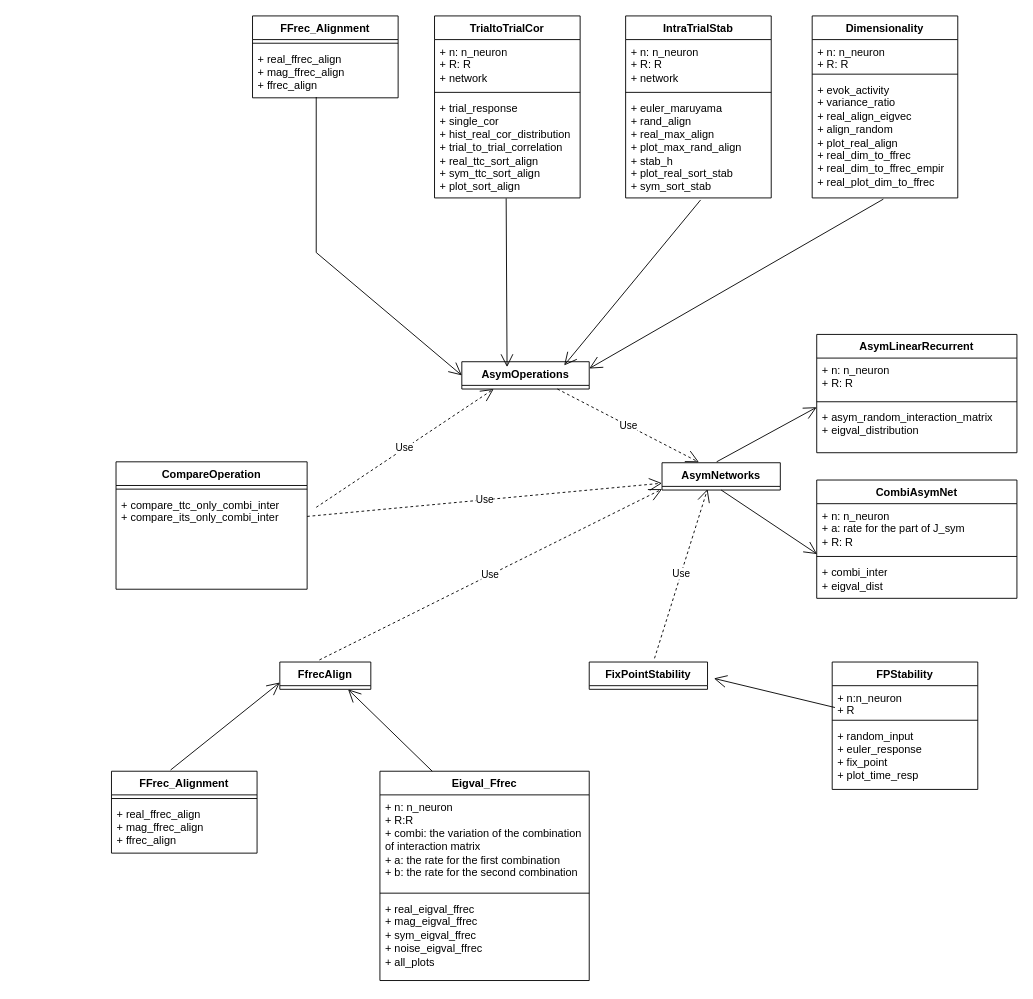
rzhou-space/MA_Networks keeps this draw.io diagram as Asym_1D.drawio. Above is the earlier version. Source tidied: cells renumbered, new cells numbered last; positions are measured from the earlier drawing's top-left corner, leaving out a move shared by most shapes. Both pictures are drawn from the tidied source at 91%, with x=0, y=0 at pixel (111, 15).
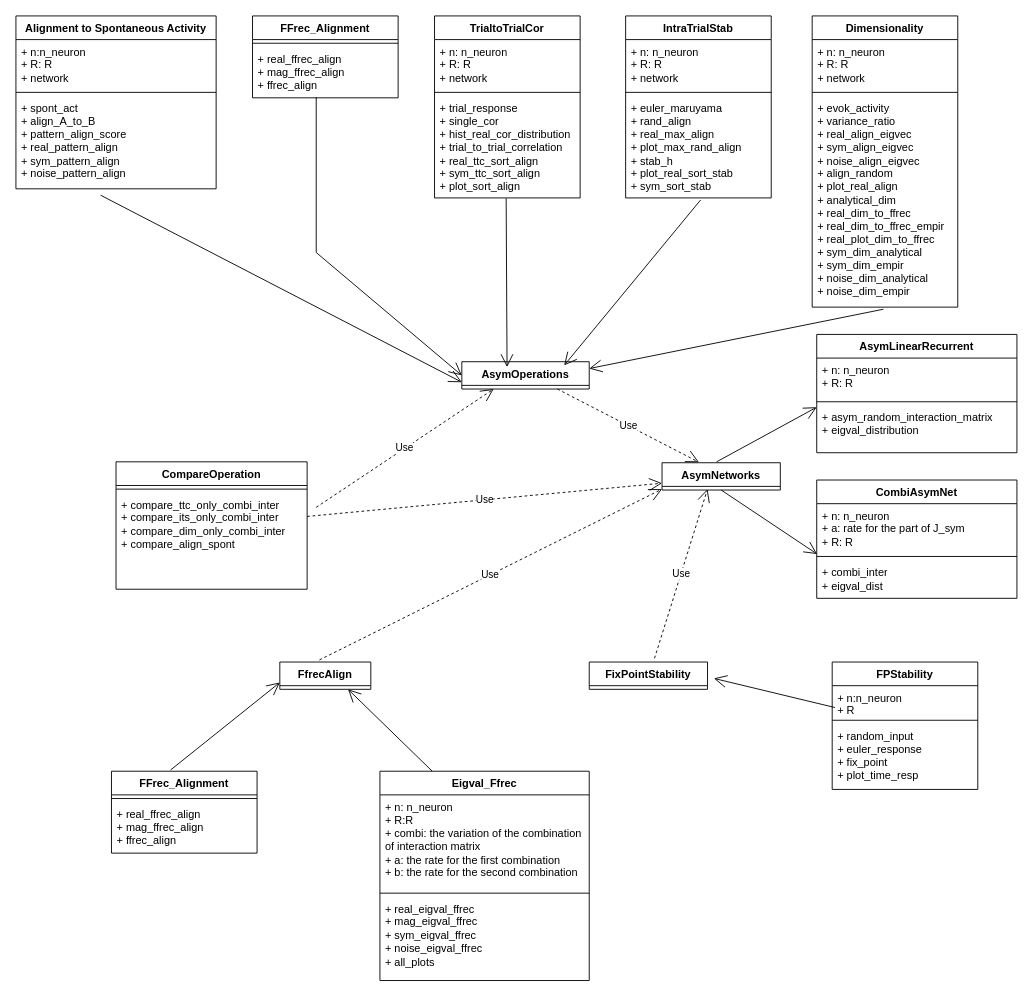
The same page after the edit.

Unchanged cells that the change refers to:
```xml
<mxCell id="2" value="AsymOperations" style="swimlane;fontStyle=1;align=center;verticalAlign=top;horizontal=1;startSize=26;whiteSpace=wrap;html=1;" parent="1" vertex="1" collapsed="1">
  <mxGeometry x="385" y="380" width="140" height="30" as="geometry" />
</mxCell>
<mxCell id="3" value="CompareOperation" style="swimlane;fontStyle=1;align=center;verticalAlign=top;horizontal=1;startSize=26;whiteSpace=wrap;html=1;" parent="1" vertex="1">
  <mxGeometry x="5" y="490" width="210" height="140" as="geometry" />
</mxCell>
```

Change to the diagram source:
```diff
@@
-    <mxCell id="5" value="+ compare_ttc_only_combi_inter&lt;br&gt;+ compare_its_only_combi_inter" style="text;strokeColor=none;fillColor=none;align=left;verticalAlign=top;spacingLeft=4;spacingRight=4;overflow=hidden;whiteSpace=wrap;html=1;" parent="3" vertex="1">
+    <mxCell id="5" value="+ compare_ttc_only_combi_inter&lt;br&gt;+ compare_its_only_combi_inter&lt;br&gt;+ compare_dim_only_combi_inter&lt;br&gt;+ compare_align_spont" style="text;strokeColor=none;fillColor=none;align=left;verticalAlign=top;spacingLeft=4;spacingRight=4;overflow=hidden;whiteSpace=wrap;html=1;" parent="3" vertex="1">
       <mxGeometry y="34" width="210" height="106" as="geometry" />
     </mxCell>
@@
     <mxCell id="33" value="Dimensionality" style="swimlane;fontStyle=1;align=center;verticalAlign=top;horizontal=1;startSize=26;whiteSpace=wrap;html=1;" parent="1" vertex="1">
-      <mxGeometry x="770" width="160" height="200" as="geometry" />
+      <mxGeometry x="770" width="160" height="320" as="geometry" />
     </mxCell>
-    <mxCell id="34" value="+ n: n_neuron&lt;br&gt;+ R: R" style="text;strokeColor=none;fillColor=none;align=left;verticalAlign=top;spacingLeft=4;spacingRight=4;overflow=hidden;whiteSpace=wrap;html=1;" parent="33" vertex="1">
-      <mxGeometry y="26" width="160" height="34" as="geometry" />
+    <mxCell id="34" value="+ n: n_neuron&lt;br&gt;+ R: R&lt;br&gt;+ network" style="text;strokeColor=none;fillColor=none;align=left;verticalAlign=top;spacingLeft=4;spacingRight=4;overflow=hidden;whiteSpace=wrap;html=1;" parent="33" vertex="1">
+      <mxGeometry y="26" width="160" height="54" as="geometry" />
     </mxCell>
     <mxCell id="35" style="line;strokeWidth=1;fillColor=none;align=left;verticalAlign=middle;spacingTop=-1;spacingLeft=3;spacingRight=3;labelPosition=right;strokeColor=inherit;" parent="33" vertex="1">
-      <mxGeometry y="60" width="160" height="8" as="geometry" />
+      <mxGeometry y="80" width="160" height="8" as="geometry" />
     </mxCell>
-    <mxCell id="36" value="+ evok_activity&lt;br&gt;+ variance_ratio&lt;br&gt;+ real_align_eigvec&lt;br&gt;+ align_random&lt;br&gt;+ plot_real_align&lt;br&gt;+ real_dim_to_ffrec&lt;br&gt;+ real_dim_to_ffrec_empir&lt;br&gt;+ real_plot_dim_to_ffrec" style="text;strokeColor=none;fillColor=none;align=left;verticalAlign=top;spacingLeft=4;spacingRight=4;overflow=hidden;points=[[0,0.5],[1,0.5]];portConstraint=eastwest;whiteSpace=wrap;html=1;" parent="33" vertex="1">
-      <mxGeometry y="68" width="160" height="132" as="geometry" />
+    <mxCell id="36" value="+ evok_activity&lt;br&gt;+ variance_ratio&lt;br&gt;+ real_align_eigvec&lt;br&gt;+ sym_align_eigvec&lt;br&gt;+ noise_align_eigvec&lt;br&gt;+ align_random&lt;br&gt;+ plot_real_align&lt;br&gt;+ analytical_dim&lt;br&gt;+ real_dim_to_ffrec&lt;br&gt;+ real_dim_to_ffrec_empir&lt;br&gt;+ real_plot_dim_to_ffrec&lt;br&gt;+ sym_dim_analytical&lt;br&gt;+ sym_dim_empir&lt;br&gt;+ noise_dim_analytical&lt;br&gt;+ noise_dim_empir" style="text;strokeColor=none;fillColor=none;align=left;verticalAlign=top;spacingLeft=4;spacingRight=4;overflow=hidden;points=[[0,0.5],[1,0.5]];portConstraint=eastwest;whiteSpace=wrap;html=1;" parent="33" vertex="1">
+      <mxGeometry y="88" width="160" height="232" as="geometry" />
     </mxCell>
@@
+    <mxCell id="58" value="Alignment to Spontaneous Activity" style="swimlane;fontStyle=1;align=center;verticalAlign=top;horizontal=1;startSize=26;whiteSpace=wrap;html=1;" parent="1" vertex="1">
+      <mxGeometry x="-105" width="220" height="190" as="geometry" />
+    </mxCell>
+    <mxCell id="59" value="+ n:n_neuron&lt;br&gt;+ R: R&lt;br&gt;+ network" style="text;strokeColor=none;fillColor=none;align=left;verticalAlign=top;spacingLeft=4;spacingRight=4;overflow=hidden;whiteSpace=wrap;html=1;" parent="58" vertex="1">
+      <mxGeometry y="26" width="220" height="54" as="geometry" />
+    </mxCell>
+    <mxCell id="60" style="line;strokeWidth=1;fillColor=none;align=left;verticalAlign=middle;spacingTop=-1;spacingLeft=3;spacingRight=3;labelPosition=right;strokeColor=inherit;" parent="58" vertex="1">
+      <mxGeometry y="80" width="220" height="8" as="geometry" />
+    </mxCell>
+    <mxCell id="61" value="+ spont_act&lt;br&gt;+ align_A_to_B&lt;br&gt;+ pattern_align_score&lt;br&gt;+ real_pattern_align&lt;br&gt;+ sym_pattern_align&lt;br&gt;+ noise_pattern_align" style="text;strokeColor=none;fillColor=none;align=left;verticalAlign=top;spacingLeft=4;spacingRight=4;overflow=hidden;points=[[0,0.5],[1,0.5]];portConstraint=eastwest;whiteSpace=wrap;html=1;" parent="58" vertex="1">
+      <mxGeometry y="88" width="220" height="102" as="geometry" />
+    </mxCell>
+    <mxCell id="62" style="endArrow=open;endFill=1;endSize=12;html=1;rounded=0;exitX=0.423;exitY=1.069;exitDx=0;exitDy=0;exitPerimeter=0;entryX=0;entryY=0.75;entryDx=0;entryDy=0;" parent="1" edge="1" source="61" target="2">
+      <mxGeometry relative="1" as="geometry" />
+    </mxCell>
```
